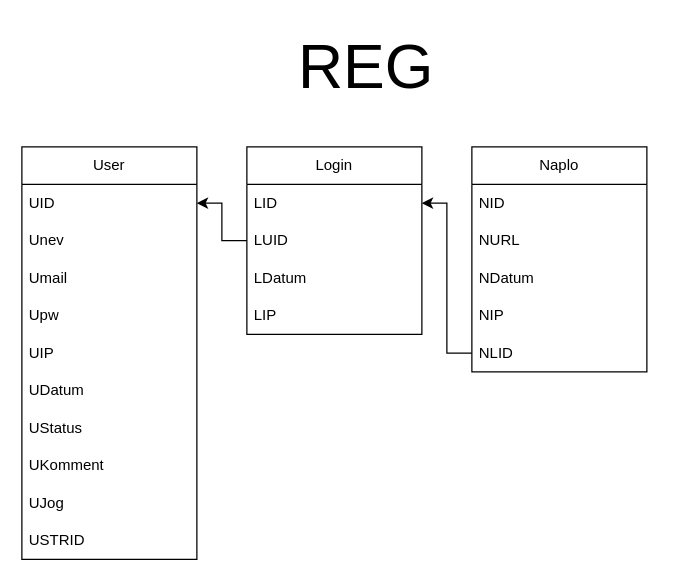
This is LoginEx_DBSchema.drawio from imadiz/PHP, a draw.io file, before an edit. Source tidied: cells renumbered, new cells numbered last; positions are measured from the earlier drawing's top-left corner, leaving out a move shared by most shapes. Both pictures are drawn from the tidied source at 125%, with x=0, y=0 at pixel (21, 21).
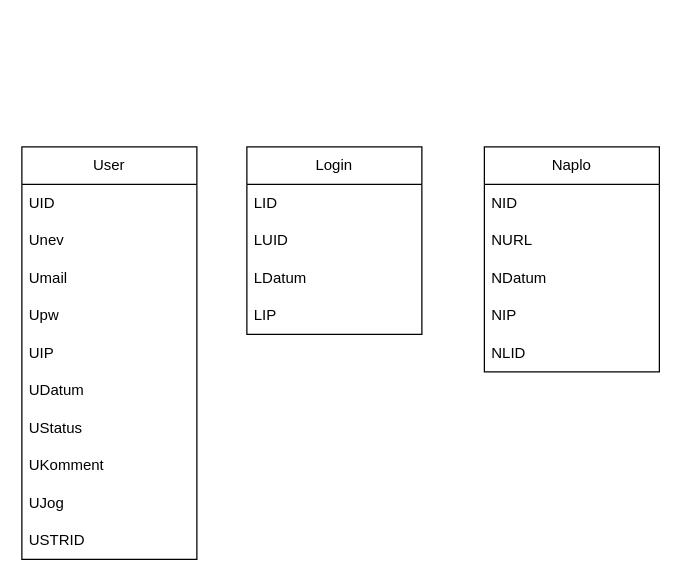
After the change.

The change refers to these unchanged cells:
```xml
<mxCell id="3" value="UID" style="text;strokeColor=none;fillColor=none;align=left;verticalAlign=middle;spacingLeft=4;spacingRight=4;overflow=hidden;points=[[0,0.5],[1,0.5]];portConstraint=eastwest;whiteSpace=wrap;html=1;" parent="2" vertex="1">
  <mxGeometry y="30" width="140" height="30" as="geometry" />
</mxCell>
<mxCell id="14" value="LID" style="text;strokeColor=none;fillColor=none;align=left;verticalAlign=middle;spacingLeft=4;spacingRight=4;overflow=hidden;points=[[0,0.5],[1,0.5]];portConstraint=eastwest;whiteSpace=wrap;html=1;" parent="13" vertex="1">
  <mxGeometry y="30" width="140" height="30" as="geometry" />
</mxCell>
<mxCell id="15" value="LUID" style="text;strokeColor=none;fillColor=none;align=left;verticalAlign=middle;spacingLeft=4;spacingRight=4;overflow=hidden;points=[[0,0.5],[1,0.5]];portConstraint=eastwest;whiteSpace=wrap;html=1;" parent="13" vertex="1">
  <mxGeometry y="60" width="140" height="30" as="geometry" />
</mxCell>
<mxCell id="23" value="NLID" style="text;strokeColor=none;fillColor=none;align=left;verticalAlign=middle;spacingLeft=4;spacingRight=4;overflow=hidden;points=[[0,0.5],[1,0.5]];portConstraint=eastwest;whiteSpace=wrap;html=1;" parent="18" vertex="1">
  <mxGeometry y="150" width="140" height="30" as="geometry" />
</mxCell>
```

The edit, as a diff of the source:
```diff
@@
     <mxCell id="18" value="Naplo" style="swimlane;fontStyle=0;horizontal=1;startSize=30;whiteSpace=wrap;html=1;" parent="1" vertex="1">
-      <mxGeometry x="360" y="100" width="140" height="180" as="geometry" />
+      <mxGeometry x="370" y="100" width="140" height="180" as="geometry" />
     </mxCell>
@@
-    <mxCell id="24" value="REG" style="text;html=1;align=center;verticalAlign=middle;strokeColor=none;fillColor=none;fontSize=50;" parent="1" vertex="1">
-      <mxGeometry x="210" width="130" height="70" as="geometry" />
-    </mxCell>
-    <mxCell id="25" style="edgeStyle=orthogonalEdgeStyle;rounded=0;jettySize=auto;html=1;" parent="1" edge="1" source="23" target="14">
-      <mxGeometry relative="1" as="geometry" />
-    </mxCell>
-    <mxCell id="26" style="edgeStyle=orthogonalEdgeStyle;rounded=0;jettySize=auto;html=1;" parent="1" edge="1" source="15" target="3">
-      <mxGeometry relative="1" as="geometry" />
-    </mxCell>
```
